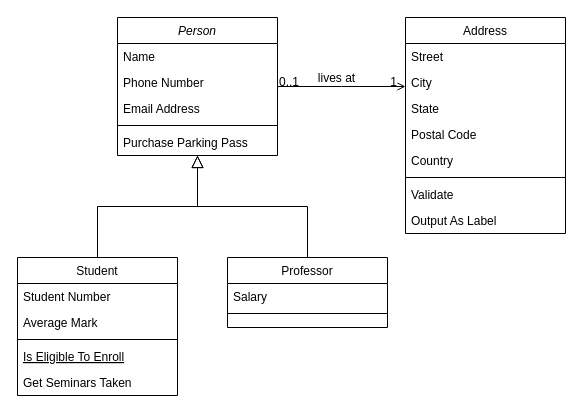
Earlier version of the draw.io diagram Diagrama sin título.drawio (phoenix1179/BD). Source tidied: cells renumbered, new cells numbered last; positions are measured from the earlier drawing's top-left corner, leaving out a move shared by most shapes. Both pictures are drawn from the tidied source at 100%, with x=0, y=0 at pixel (17, 17).
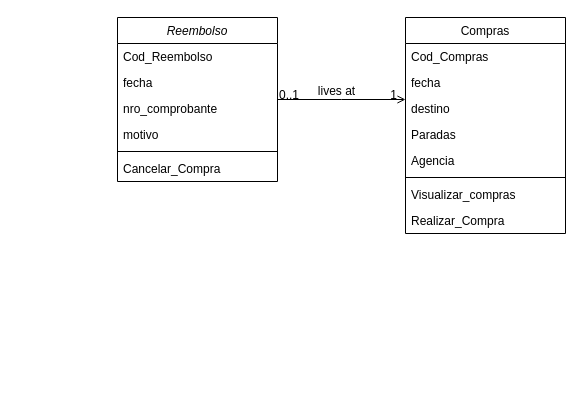
Above is the later version.

What changed in the source:
```diff
@@
-    <mxCell id="2" value="Person" style="swimlane;fontStyle=2;align=center;verticalAlign=top;horizontal=1;startSize=26;rounded=0;shadow=0;strokeWidth=1;" parent="1" vertex="1">
-      <mxGeometry x="100" width="160" height="138" as="geometry" />
+    <mxCell id="2" value="Reembolso" style="swimlane;fontStyle=2;align=center;verticalAlign=top;horizontal=1;startSize=26;rounded=0;shadow=0;strokeWidth=1;" parent="1" vertex="1">
+      <mxGeometry x="100" width="160" height="164" as="geometry" />
     </mxCell>
-    <mxCell id="3" value="Name" style="text;align=left;verticalAlign=top;spacingLeft=4;spacingRight=4;overflow=hidden;" parent="2" vertex="1">
+    <mxCell id="3" value="Cod_Reembolso" style="text;align=left;verticalAlign=top;spacingLeft=4;spacingRight=4;overflow=hidden;" parent="2" vertex="1">
       <mxGeometry y="26" width="160" height="26" as="geometry" />
     </mxCell>
+    <mxCell id="32" value="fecha" style="text;align=left;verticalAlign=top;spacingLeft=4;spacingRight=4;overflow=hidden;" parent="2" vertex="1">
+      <mxGeometry y="52" width="160" height="26" as="geometry" />
+    </mxCell>
-    <mxCell id="4" value="Phone Number" style="text;align=left;verticalAlign=top;spacingLeft=4;spacingRight=4;overflow=hidden;rounded=0;shadow=0;html=0;" parent="2" vertex="1">
-      <mxGeometry y="52" width="160" height="26" as="geometry" />
+    <mxCell id="4" value="nro_comprobante" style="text;align=left;verticalAlign=top;spacingLeft=4;spacingRight=4;overflow=hidden;rounded=0;shadow=0;html=0;" parent="2" vertex="1">
+      <mxGeometry y="78" width="160" height="26" as="geometry" />
     </mxCell>
-    <mxCell id="5" value="Email Address" style="text;align=left;verticalAlign=top;spacingLeft=4;spacingRight=4;overflow=hidden;rounded=0;shadow=0;html=0;" parent="2" vertex="1">
-      <mxGeometry y="78" width="160" height="26" as="geometry" />
+    <mxCell id="5" value="motivo" style="text;align=left;verticalAlign=top;spacingLeft=4;spacingRight=4;overflow=hidden;rounded=0;shadow=0;html=0;" parent="2" vertex="1">
+      <mxGeometry y="104" width="160" height="26" as="geometry" />
     </mxCell>
     <mxCell id="6" style="line;html=1;strokeWidth=1;align=left;verticalAlign=middle;spacingTop=-1;spacingLeft=3;spacingRight=3;labelPosition=right;" parent="2" vertex="1">
-      <mxGeometry y="104" width="160" height="8" as="geometry" />
+      <mxGeometry y="130" width="160" height="8" as="geometry" />
     </mxCell>
-    <mxCell id="7" value="Purchase Parking Pass" style="text;align=left;verticalAlign=top;spacingLeft=4;spacingRight=4;overflow=hidden;" parent="2" vertex="1">
-      <mxGeometry y="112" width="160" height="26" as="geometry" />
+    <mxCell id="7" value="Cancelar_Compra    " style="text;align=left;verticalAlign=top;spacingLeft=4;spacingRight=4;overflow=hidden;" parent="2" vertex="1">
+      <mxGeometry y="138" width="160" height="26" as="geometry" />
     </mxCell>
-    <mxCell id="8" value="Student" style="swimlane;fontStyle=0;align=center;verticalAlign=top;horizontal=1;startSize=26;rounded=0;shadow=0;strokeWidth=1;" parent="1" vertex="1">
-      <mxGeometry y="240" width="160" height="138" as="geometry" />
-    </mxCell>
-    <mxCell id="9" value="Student Number" style="text;align=left;verticalAlign=top;spacingLeft=4;spacingRight=4;overflow=hidden;" parent="8" vertex="1">
-      <mxGeometry y="26" width="160" height="26" as="geometry" />
-    </mxCell>
-    <mxCell id="10" value="Average Mark" style="text;align=left;verticalAlign=top;spacingLeft=4;spacingRight=4;overflow=hidden;rounded=0;shadow=0;html=0;" parent="8" vertex="1">
-      <mxGeometry y="52" width="160" height="26" as="geometry" />
-    </mxCell>
-    <mxCell id="11" style="line;html=1;strokeWidth=1;align=left;verticalAlign=middle;spacingTop=-1;spacingLeft=3;spacingRight=3;labelPosition=right;" parent="8" vertex="1">
-      <mxGeometry y="78" width="160" height="8" as="geometry" />
-    </mxCell>
-    <mxCell id="12" value="Is Eligible To Enroll" style="text;align=left;verticalAlign=top;spacingLeft=4;spacingRight=4;overflow=hidden;fontStyle=4;" parent="8" vertex="1">
-      <mxGeometry y="86" width="160" height="26" as="geometry" />
-    </mxCell>
-    <mxCell id="13" value="Get Seminars Taken" style="text;align=left;verticalAlign=top;spacingLeft=4;spacingRight=4;overflow=hidden;" parent="8" vertex="1">
-      <mxGeometry y="112" width="160" height="26" as="geometry" />
-    </mxCell>
-    <mxCell id="14" style="endArrow=block;endSize=10;endFill=0;shadow=0;strokeWidth=1;rounded=0;edgeStyle=elbowEdgeStyle;elbow=vertical;" parent="1" edge="1" source="8" target="2">
-      <mxGeometry relative="1" as="geometry" />
-    </mxCell>
-    <mxCell id="15" value="Professor" style="swimlane;fontStyle=0;align=center;verticalAlign=top;horizontal=1;startSize=26;rounded=0;shadow=0;strokeWidth=1;" parent="1" vertex="1">
-      <mxGeometry x="210" y="240" width="160" height="70" as="geometry" />
-    </mxCell>
-    <mxCell id="16" value="Salary" style="text;align=left;verticalAlign=top;spacingLeft=4;spacingRight=4;overflow=hidden;" parent="15" vertex="1">
-      <mxGeometry y="26" width="160" height="26" as="geometry" />
-    </mxCell>
-    <mxCell id="17" style="line;html=1;strokeWidth=1;align=left;verticalAlign=middle;spacingTop=-1;spacingLeft=3;spacingRight=3;labelPosition=right;" parent="15" vertex="1">
-      <mxGeometry y="52" width="160" height="8" as="geometry" />
-    </mxCell>
-    <mxCell id="18" style="endArrow=block;endSize=10;endFill=0;shadow=0;strokeWidth=1;rounded=0;edgeStyle=elbowEdgeStyle;elbow=vertical;" parent="1" edge="1" source="15" target="2">
-      <mxGeometry relative="1" as="geometry" />
-    </mxCell>
-    <mxCell id="19" value="Address" style="swimlane;fontStyle=0;align=center;verticalAlign=top;horizontal=1;startSize=26;rounded=0;shadow=0;strokeWidth=1;" parent="1" vertex="1">
+    <mxCell id="19" value="Compras" style="swimlane;fontStyle=0;align=center;verticalAlign=top;horizontal=1;startSize=26;rounded=0;shadow=0;strokeWidth=1;" parent="1" vertex="1">
       <mxGeometry x="388" width="160" height="216" as="geometry" />
     </mxCell>
-    <mxCell id="20" value="Street" style="text;align=left;verticalAlign=top;spacingLeft=4;spacingRight=4;overflow=hidden;" parent="19" vertex="1">
+    <mxCell id="20" value="Cod_Compras" style="text;align=left;verticalAlign=top;spacingLeft=4;spacingRight=4;overflow=hidden;" parent="19" vertex="1">
       <mxGeometry y="26" width="160" height="26" as="geometry" />
     </mxCell>
-    <mxCell id="21" value="City" style="text;align=left;verticalAlign=top;spacingLeft=4;spacingRight=4;overflow=hidden;rounded=0;shadow=0;html=0;" parent="19" vertex="1">
+    <mxCell id="21" value="fecha" style="text;align=left;verticalAlign=top;spacingLeft=4;spacingRight=4;overflow=hidden;rounded=0;shadow=0;html=0;" parent="19" vertex="1">
       <mxGeometry y="52" width="160" height="26" as="geometry" />
     </mxCell>
-    <mxCell id="22" value="State" style="text;align=left;verticalAlign=top;spacingLeft=4;spacingRight=4;overflow=hidden;rounded=0;shadow=0;html=0;" parent="19" vertex="1">
+    <mxCell id="22" value="destino" style="text;align=left;verticalAlign=top;spacingLeft=4;spacingRight=4;overflow=hidden;rounded=0;shadow=0;html=0;" parent="19" vertex="1">
       <mxGeometry y="78" width="160" height="26" as="geometry" />
     </mxCell>
-    <mxCell id="23" value="Postal Code" style="text;align=left;verticalAlign=top;spacingLeft=4;spacingRight=4;overflow=hidden;rounded=0;shadow=0;html=0;" parent="19" vertex="1">
+    <mxCell id="23" value="Paradas" style="text;align=left;verticalAlign=top;spacingLeft=4;spacingRight=4;overflow=hidden;rounded=0;shadow=0;html=0;" parent="19" vertex="1">
       <mxGeometry y="104" width="160" height="26" as="geometry" />
     </mxCell>
-    <mxCell id="24" value="Country" style="text;align=left;verticalAlign=top;spacingLeft=4;spacingRight=4;overflow=hidden;rounded=0;shadow=0;html=0;" parent="19" vertex="1">
+    <mxCell id="24" value="Agencia" style="text;align=left;verticalAlign=top;spacingLeft=4;spacingRight=4;overflow=hidden;rounded=0;shadow=0;html=0;" parent="19" vertex="1">
       <mxGeometry y="130" width="160" height="26" as="geometry" />
     </mxCell>
@@
-    <mxCell id="26" value="Validate" style="text;align=left;verticalAlign=top;spacingLeft=4;spacingRight=4;overflow=hidden;" parent="19" vertex="1">
+    <mxCell id="26" value="Visualizar_compras" style="text;align=left;verticalAlign=top;spacingLeft=4;spacingRight=4;overflow=hidden;" parent="19" vertex="1">
       <mxGeometry y="164" width="160" height="26" as="geometry" />
     </mxCell>
-    <mxCell id="27" value="Output As Label" style="text;align=left;verticalAlign=top;spacingLeft=4;spacingRight=4;overflow=hidden;" parent="19" vertex="1">
+    <mxCell id="27" value="Realizar_Compra" style="text;align=left;verticalAlign=top;spacingLeft=4;spacingRight=4;overflow=hidden;" parent="19" vertex="1">
       <mxGeometry y="190" width="160" height="26" as="geometry" />
     </mxCell>
```
